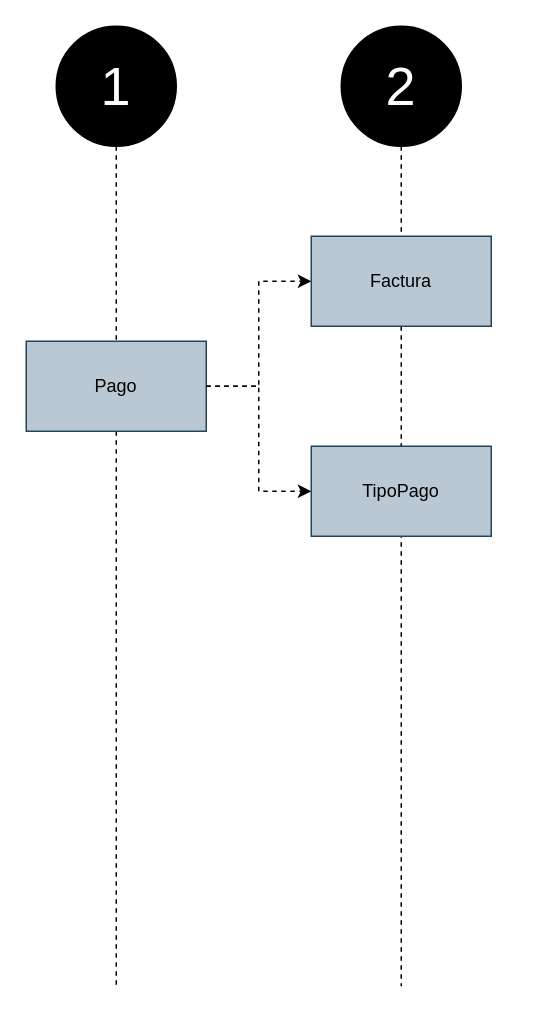
Earlier version of the draw.io diagram page "Flujo de eventos" (1 of 4) of SpaOnline/EventStorming/Pagos - Event Storming.drawio (cristianospina/DOO). Source tidied: cells renumbered, new cells numbered last; positions are measured from the earlier drawing's top-left corner, leaving out a move shared by most shapes. Both pictures are drawn from the tidied source at 150%, with x=0, y=0 at pixel (26, 26).
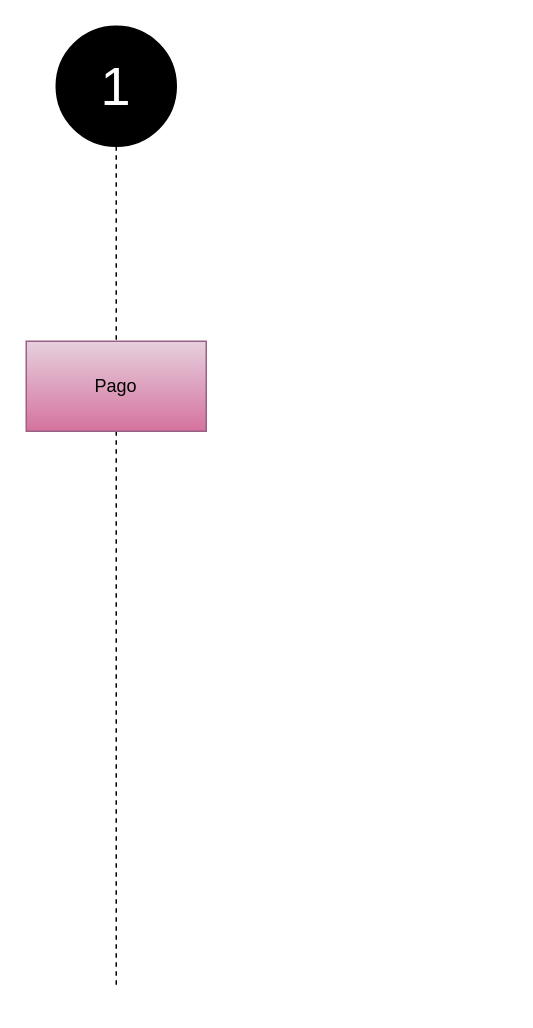
Above is the later version.

Commit message (it also covers changes not shown here):
Avance Event Storming

Change to the diagram source:
```diff
@@
 <mxGraphModel>
   <root>
     <mxCell id="0" />
     <mxCell id="1" parent="0" />
     <mxCell id="2" style="group;" parent="1" vertex="1">
       <mxGeometry x="20" width="110" height="650" as="geometry" />
     </mxCell>
     <mxCell id="3" value="&lt;font color=&quot;#ffffff&quot; style=&quot;font-size: 36px;&quot;&gt;1&lt;/font&gt;" style="ellipse;whiteSpace=wrap;html=1;fillColor=#000000;" parent="2" vertex="1">
       <mxGeometry width="80" height="80" as="geometry" />
     </mxCell>
     <mxCell id="4" style="edgeStyle=orthogonalEdgeStyle;rounded=0;jettySize=auto;html=1;endArrow=none;endFill=0;dashed=1;" parent="2" edge="1" source="5">
       <mxGeometry relative="1" as="geometry">
         <mxPoint x="40" y="640" as="targetPoint" />
       </mxGeometry>
     </mxCell>
-    <mxCell id="5" value="Pago&lt;br&gt;" style="rounded=0;whiteSpace=wrap;html=1;fillColor=#bac8d3;strokeColor=#23445d;" parent="2" vertex="1">
+    <mxCell id="5" value="Pago&lt;br&gt;" style="rounded=0;whiteSpace=wrap;html=1;fillColor=#e6d0de;strokeColor=#996185;gradientColor=#d5739d;" parent="2" vertex="1">
       <mxGeometry x="-20" y="210" width="120" height="60" as="geometry" />
     </mxCell>
     <mxCell id="6" style="edgeStyle=orthogonalEdgeStyle;rounded=0;jettySize=auto;html=1;endArrow=none;endFill=0;dashed=1;" parent="2" edge="1" source="3" target="5">
       <mxGeometry relative="1" as="geometry" />
     </mxCell>
-    <mxCell id="7" style="group;" parent="1" vertex="1">
-      <mxGeometry x="210" width="110" height="650" as="geometry" />
-    </mxCell>
-    <mxCell id="8" value="&lt;font color=&quot;#ffffff&quot; style=&quot;font-size: 36px;&quot;&gt;2&lt;/font&gt;" style="ellipse;whiteSpace=wrap;html=1;fillColor=#000000;" parent="7" vertex="1">
-      <mxGeometry width="80" height="80" as="geometry" />
-    </mxCell>
-    <mxCell id="9" style="edgeStyle=orthogonalEdgeStyle;rounded=0;jettySize=auto;html=1;endArrow=none;endFill=0;dashed=1;" parent="7" edge="1" source="8">
-      <mxGeometry relative="1" as="geometry">
-        <mxPoint x="40" y="640" as="targetPoint" />
-      </mxGeometry>
-    </mxCell>
-    <mxCell id="10" value="Factura" style="rounded=0;whiteSpace=wrap;html=1;fillColor=#bac8d3;strokeColor=#23445d;" parent="7" vertex="1">
-      <mxGeometry x="-20" y="140" width="120" height="60" as="geometry" />
-    </mxCell>
-    <mxCell id="11" value="TipoPago" style="rounded=0;whiteSpace=wrap;html=1;fillColor=#bac8d3;strokeColor=#23445d;" parent="7" vertex="1">
-      <mxGeometry x="-20" y="280" width="120" height="60" as="geometry" />
-    </mxCell>
-    <mxCell id="12" style="edgeStyle=orthogonalEdgeStyle;rounded=0;jettySize=auto;html=1;exitX=1;exitY=0.5;exitDx=0;exitDy=0;entryX=0;entryY=0.5;entryDx=0;entryDy=0;dashed=1;" parent="1" edge="1" source="5" target="10">
-      <mxGeometry relative="1" as="geometry" />
-    </mxCell>
-    <mxCell id="13" style="edgeStyle=orthogonalEdgeStyle;rounded=0;jettySize=auto;html=1;exitX=1;exitY=0.5;exitDx=0;exitDy=0;entryX=0;entryY=0.5;entryDx=0;entryDy=0;dashed=1;" parent="1" edge="1" source="5" target="11">
-      <mxGeometry relative="1" as="geometry" />
-    </mxCell>
   </root>
 </mxGraphModel>
```
